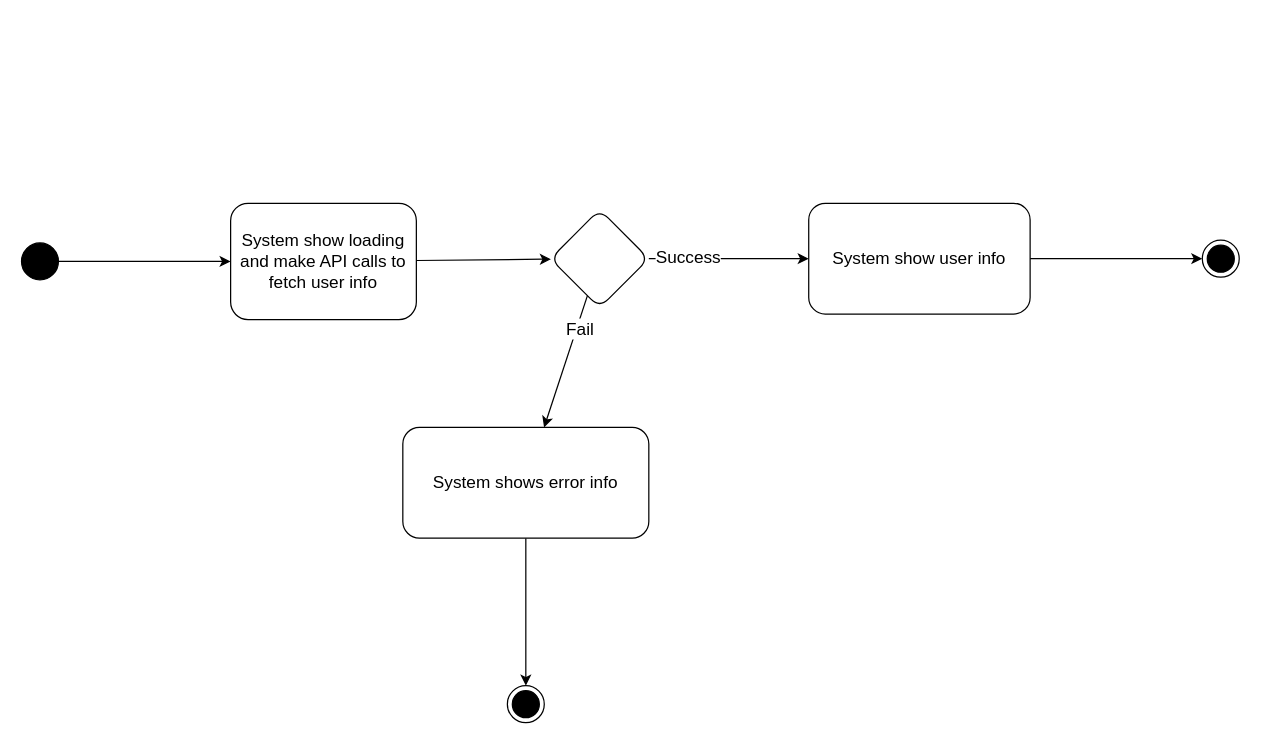
Above: page "Me Flow (Just current page)" (6 of 6) of doc/Mock UI.drawio in CXwudi/realworld-compose-http4k-example-app (draw.io), before the change. Source tidied: cells renumbered, new cells numbered last; positions are measured from the earlier drawing's top-left corner, leaving out a move shared by most shapes. Both pictures are drawn from the tidied source at 123%, with x=0, y=0 at pixel (21, 203).
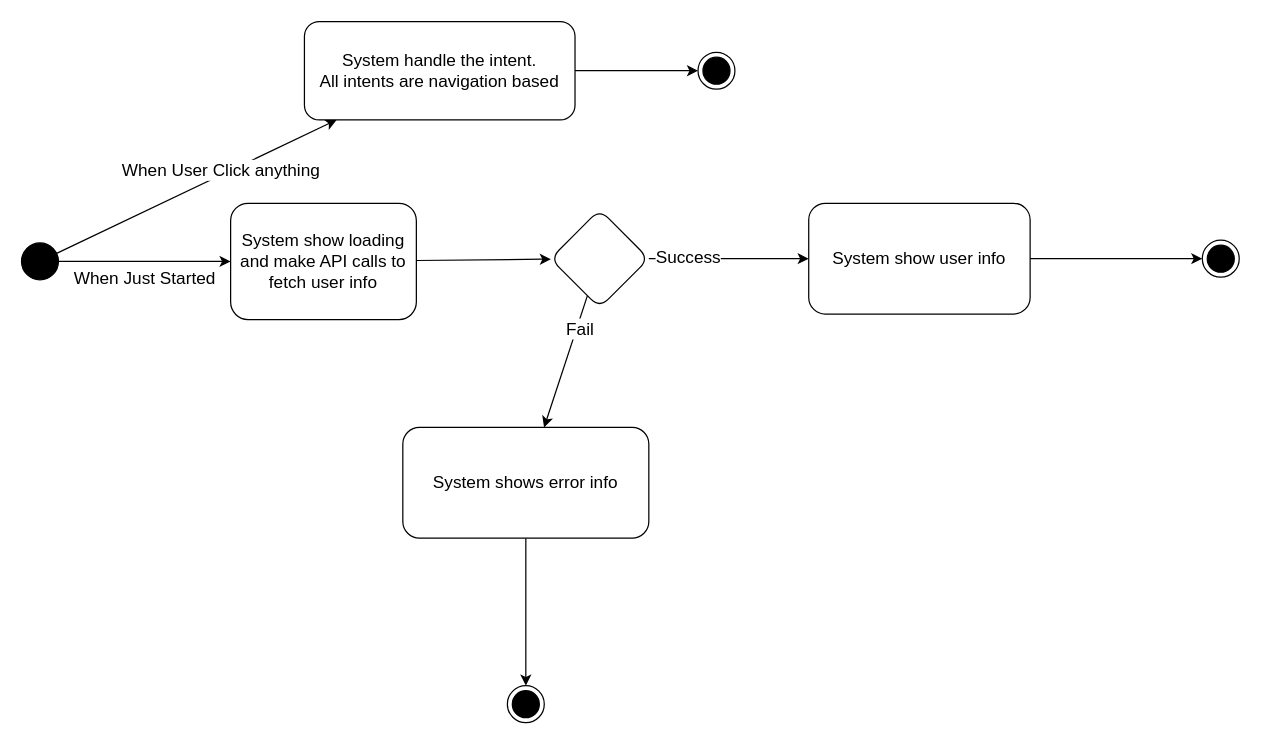
The same diagram, later.

Commit message:
📝 Update state diagram to include user click flow

Add navigation intent handling flow to Me Flow diagram and improve readability with clearer edge labels

The change refers to these unchanged cells:
```xml
<mxCell id="2" style="edgeStyle=none;html=1;" parent="1" edge="1" source="3" target="5">
  <mxGeometry relative="1" as="geometry" />
</mxCell>
<mxCell id="3" style="ellipse;fillColor=strokeColor;" parent="1" vertex="1">
  <mxGeometry y="32" width="30" height="30" as="geometry" />
</mxCell>
```

Change to the diagram source:
```diff
@@
+    <mxCell id="17" value="When Just Started" style="edgeLabel;html=1;align=center;verticalAlign=middle;fontSize=14;" parent="2" vertex="1">
+      <mxGeometry x="0.27" y="-2" relative="1" as="geometry">
+        <mxPoint x="-19" y="11" as="offset" />
+      </mxGeometry>
+    </mxCell>
+    <mxCell id="18" style="edgeStyle=none;html=1;" parent="1" edge="1" source="3" target="21">
+      <mxGeometry relative="1" as="geometry" />
+    </mxCell>
+    <mxCell id="19" value="When User Click anything" style="edgeLabel;html=1;align=center;verticalAlign=middle;fontSize=14;" parent="18" vertex="1">
+      <mxGeometry x="0.18" y="4" relative="1" as="geometry" />
+    </mxCell>
@@
+    <mxCell id="20" style="edgeStyle=none;html=1;fontSize=14;" parent="1" edge="1" source="21" target="22">
+      <mxGeometry relative="1" as="geometry" />
+    </mxCell>
+    <mxCell id="21" value="System handle the intent.&lt;br&gt;All intents are navigation based" style="rounded=1;whiteSpace=wrap;html=1;fontSize=14;" parent="1" vertex="1">
+      <mxGeometry x="230" y="-148" width="220" height="80" as="geometry" />
+    </mxCell>
+    <mxCell id="22" style="ellipse;html=1;shape=endState;fillColor=strokeColor;fontSize=14;" parent="1" vertex="1">
+      <mxGeometry x="550" y="-123" width="30" height="30" as="geometry" />
+    </mxCell>
```
